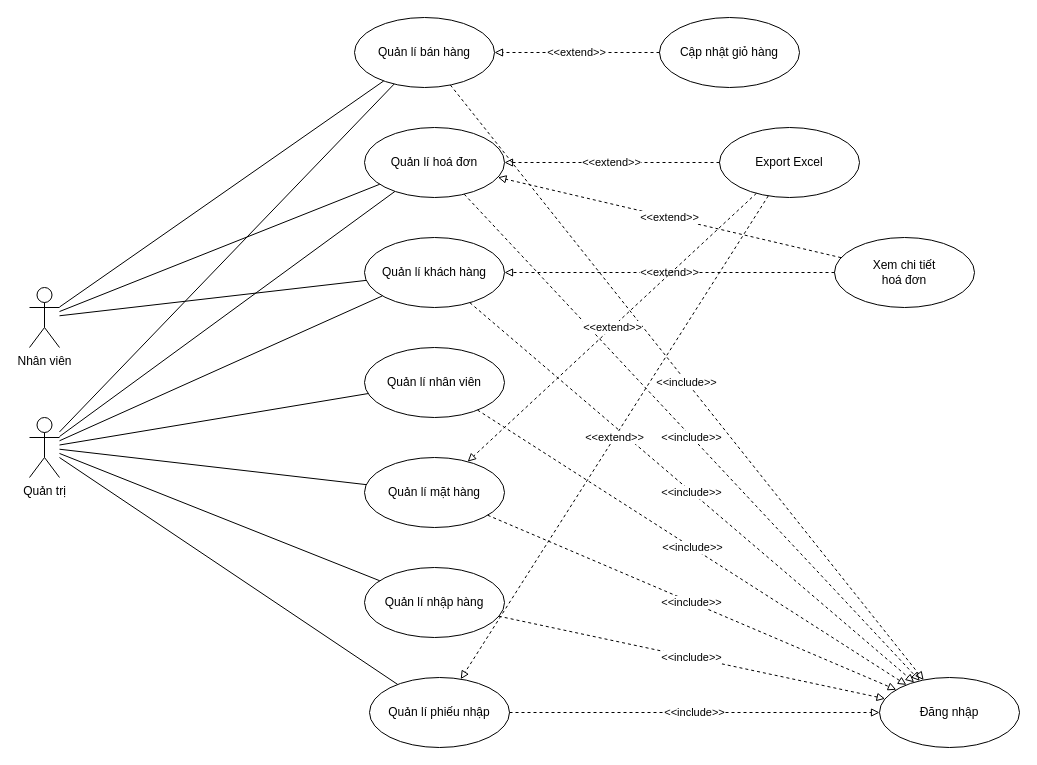
Earlier version of the draw.io diagram UsecaseDiagram.drawio (EdgarIgnite16/OOAD-Project). Source tidied: cells renumbered, new cells numbered last; positions are measured from the earlier drawing's top-left corner, leaving out a move shared by most shapes. Both pictures are drawn from the tidied source at 100%, with x=0, y=0 at pixel (29, 17).
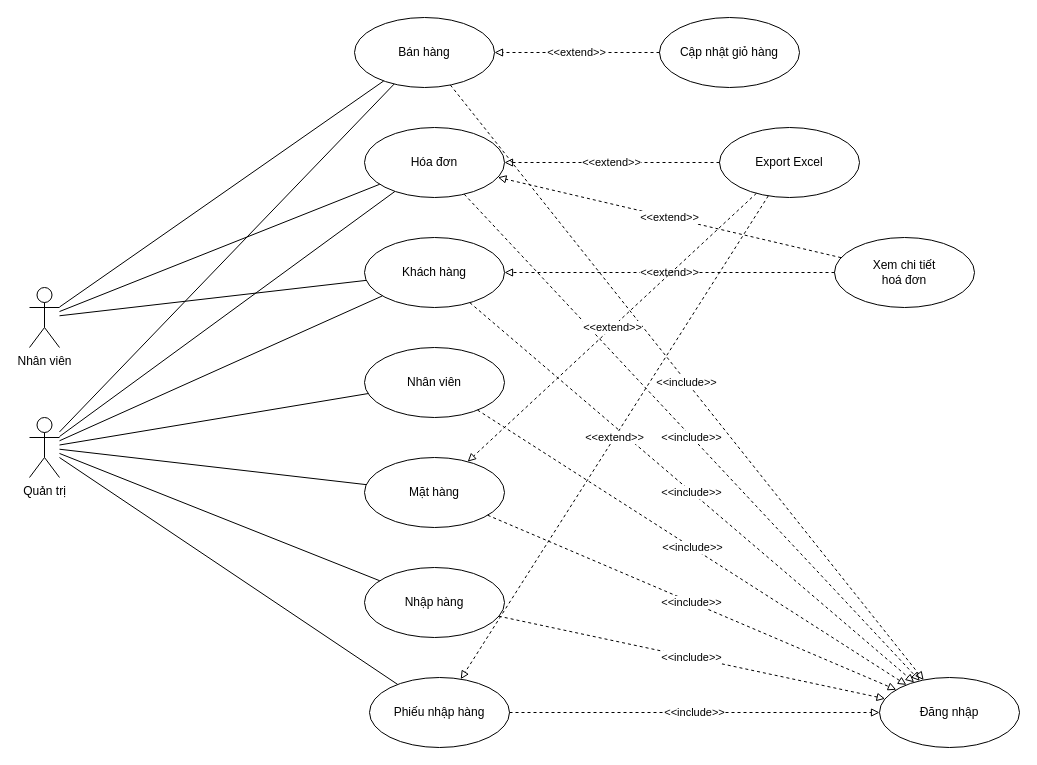
Above is the later version.

The edit, as a diff of the source:
```diff
@@
-    <mxCell id="5" value="Quản lí khách hàng" style="ellipse;whiteSpace=wrap;html=1;" parent="1" vertex="1">
+    <mxCell id="5" value="Khách hàng" style="ellipse;whiteSpace=wrap;html=1;" parent="1" vertex="1">
       <mxGeometry x="335" y="220" width="140" height="70" as="geometry" />
     </mxCell>
-    <mxCell id="6" value="Quản lí nhân viên" style="ellipse;whiteSpace=wrap;html=1;" parent="1" vertex="1">
+    <mxCell id="6" value="Nhân viên" style="ellipse;whiteSpace=wrap;html=1;" parent="1" vertex="1">
       <mxGeometry x="335" y="330" width="140" height="70" as="geometry" />
     </mxCell>
-    <mxCell id="7" value="Quản lí nhập hàng" style="ellipse;whiteSpace=wrap;html=1;" parent="1" vertex="1">
+    <mxCell id="7" value="Nhập hàng" style="ellipse;whiteSpace=wrap;html=1;" parent="1" vertex="1">
       <mxGeometry x="335" y="550" width="140" height="70" as="geometry" />
     </mxCell>
@@
-    <mxCell id="9" value="Quản lí bán hàng" style="ellipse;whiteSpace=wrap;html=1;" parent="1" vertex="1">
+    <mxCell id="9" value="Bán hàng" style="ellipse;whiteSpace=wrap;html=1;" parent="1" vertex="1">
       <mxGeometry x="325" width="140" height="70" as="geometry" />
     </mxCell>
-    <mxCell id="10" value="Quản lí hoá đơn" style="ellipse;whiteSpace=wrap;html=1;" parent="1" vertex="1">
+    <mxCell id="10" value="Hóa đơn" style="ellipse;whiteSpace=wrap;html=1;" parent="1" vertex="1">
       <mxGeometry x="335" y="110" width="140" height="70" as="geometry" />
     </mxCell>
-    <mxCell id="11" value="Quản lí mặt hàng" style="ellipse;whiteSpace=wrap;html=1;" parent="1" vertex="1">
+    <mxCell id="11" value="Mặt hàng" style="ellipse;whiteSpace=wrap;html=1;" parent="1" vertex="1">
       <mxGeometry x="335" y="440" width="140" height="70" as="geometry" />
     </mxCell>
-    <mxCell id="12" value="Quản lí phiếu nhập" style="ellipse;whiteSpace=wrap;html=1;" parent="1" vertex="1">
+    <mxCell id="12" value="Phiếu nhập hàng" style="ellipse;whiteSpace=wrap;html=1;" parent="1" vertex="1">
       <mxGeometry x="340" y="660" width="140" height="70" as="geometry" />
     </mxCell>
```
